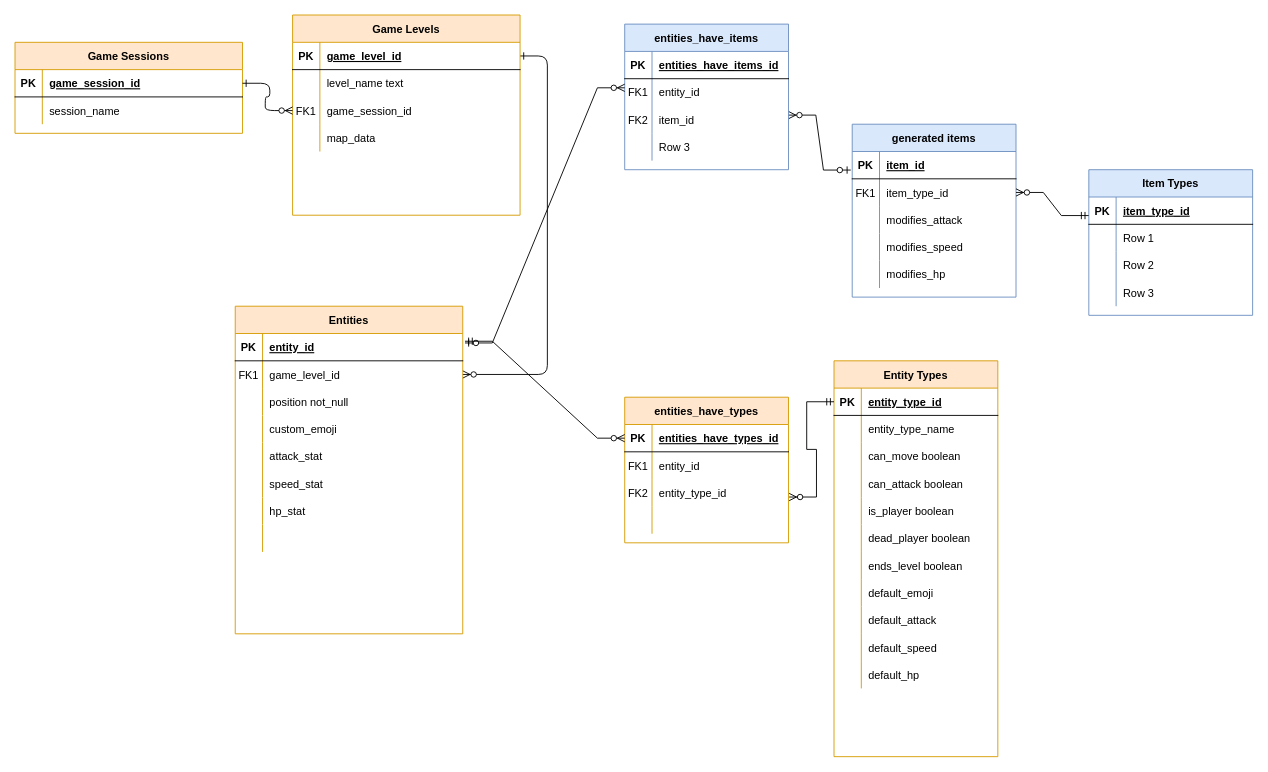
The draw.io diagram ERD.drawio in circuitsunfish/phase-3-rogue-planning-documents, before the edit. Source tidied: cells renumbered, new cells numbered last; positions are measured from the earlier drawing's top-left corner, leaving out a move shared by most shapes. Both pictures are drawn from the tidied source at 91%, with x=0, y=0 at pixel (15, 15).
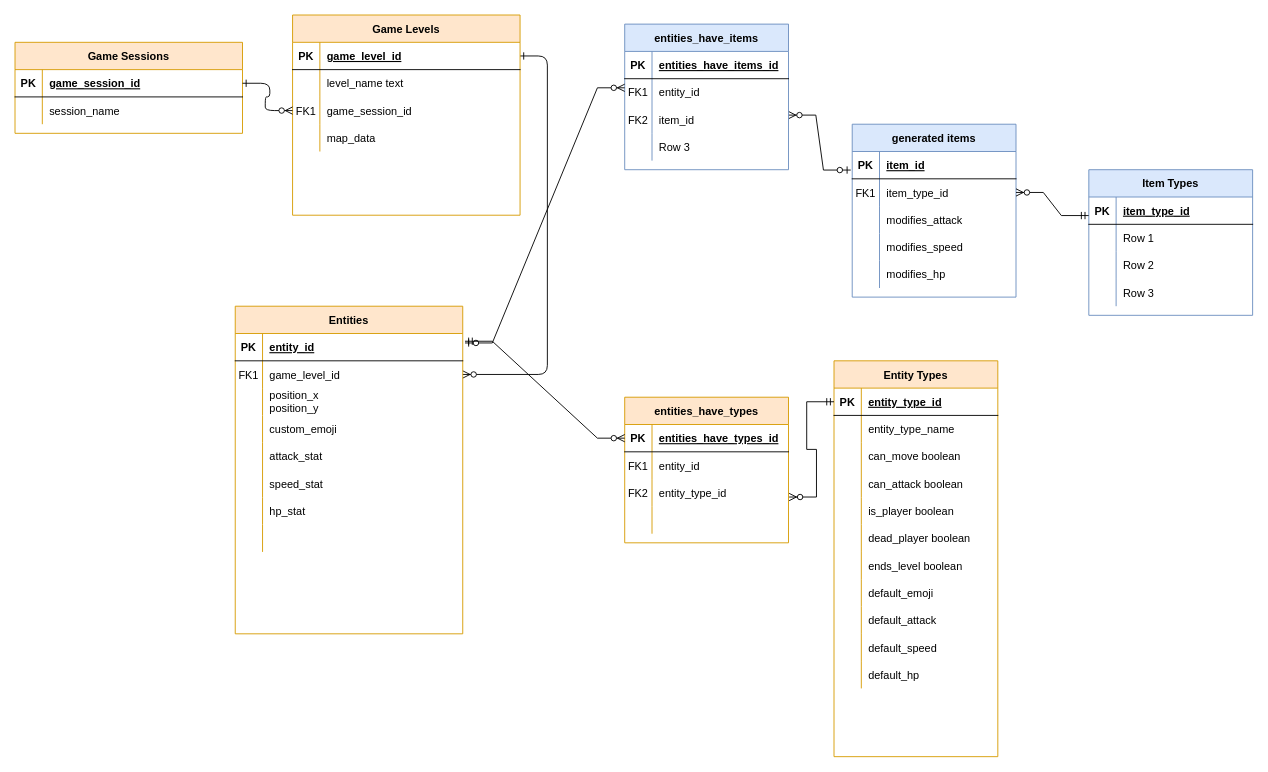
The same diagram, later.

Commit message:
position to pos_x and pos_y ERD.drawio

The change refers to these unchanged cells:
```xml
<mxCell id="10" style="shape=tableRow;horizontal=0;startSize=0;swimlaneHead=0;swimlaneBody=0;fillColor=none;top=0;left=0;right=0;bottom=0;" parent="3" vertex="1">
  <mxGeometry y="90" width="250" height="30" as="geometry" />
</mxCell>
```

The edit, as a diff of the source:
```diff
@@
-    <mxCell id="12" value="position not_null" style="shape=partialRectangle;fillColor=none;top=0;left=0;bottom=0;right=0;align=left;spacingLeft=6;overflow=hidden;" parent="10" vertex="1">
+    <mxCell id="12" value="position_x&#10;position_y&#10;" style="shape=partialRectangle;fillColor=none;top=0;left=0;bottom=0;right=0;align=left;spacingLeft=6;overflow=hidden;" parent="10" vertex="1">
       <mxGeometry x="30" width="220" height="30" as="geometry" />
     </mxCell>
```
